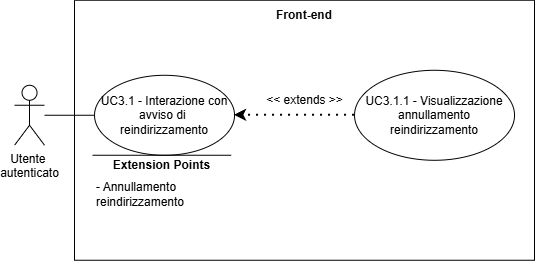
This is assets/diagrams/UC3_1.png from SkarabGroup/DocumentazioneProgetto, a draw.io export, as it was before one commit. Source tidied: cells renumbered, new cells last; positions are measured from the earlier drawing's top-left corner, leaving out a move shared by most shapes.
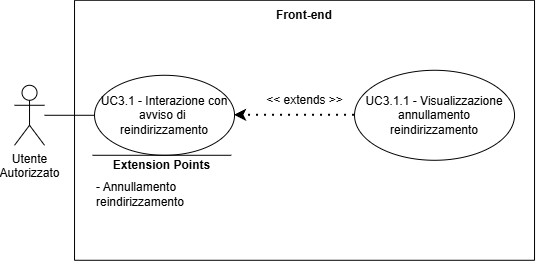
After the commit.

Change to the diagram source:
```diff
@@ -2,7 +2,7 @@
   <root>
     <mxCell id="0" />
     <mxCell id="1" parent="0" />
-    <mxCell id="2" value="&lt;div&gt;Utente&amp;nbsp;&lt;/div&gt;&lt;div&gt;autenticato&lt;/div&gt;" style="shape=umlActor;verticalLabelPosition=bottom;verticalAlign=top;html=1;outlineConnect=0;" parent="1" vertex="1">
+    <mxCell id="2" value="&lt;div&gt;Utente&lt;/div&gt;&lt;div&gt;Autorizzato&lt;/div&gt;" style="shape=umlActor;verticalLabelPosition=bottom;verticalAlign=top;html=1;outlineConnect=0;" parent="1" vertex="1">
       <mxGeometry y="84.8" width="30" height="60" as="geometry" />
     </mxCell>
     <mxCell id="3" style="swimlane;startSize=0;" parent="1" vertex="1">
```
